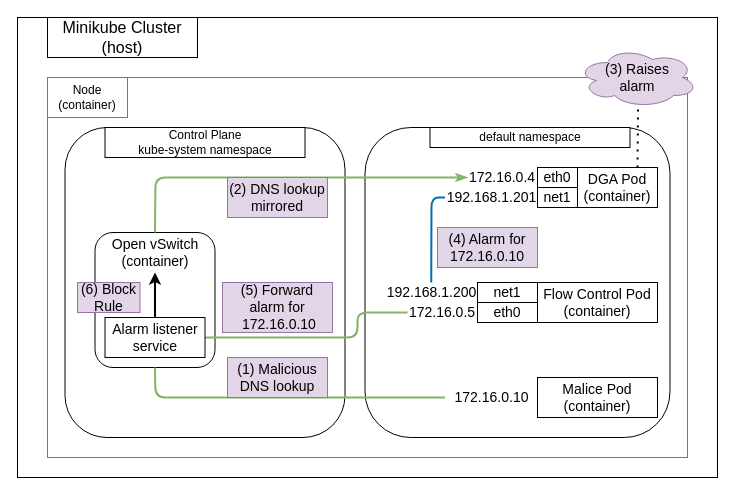
Before: page "DGA malicious operation" (3 of 6) of demos/demo5/docs/demo5.drawio in parasecurity/principals, a draw.io diagram. Source tidied: cells renumbered, new cells numbered last; positions are measured from the earlier drawing's top-left corner, leaving out a move shared by most shapes. Both pictures are drawn from the tidied source at 100%, with x=0, y=0 at pixel (17, 17).
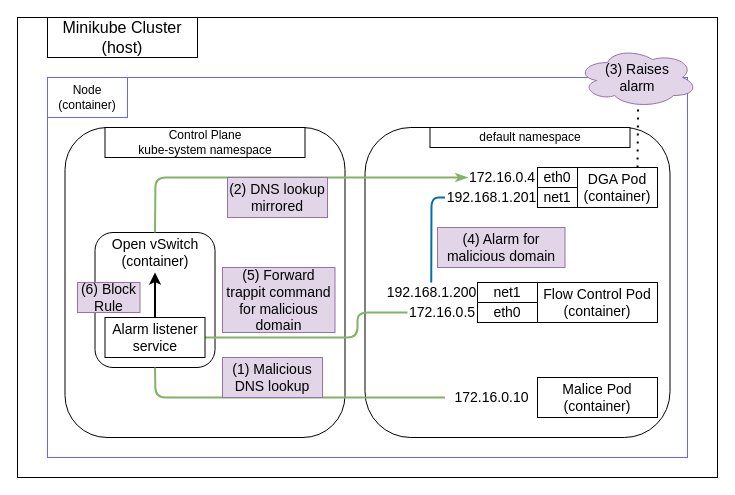
The same page after the edit.

Unchanged cells that the change refers to:
```xml
<mxCell id="6" style="group;" parent="1" vertex="1">
  <mxGeometry x="47.5" y="110" width="605" height="340" as="geometry" />
</mxCell>
```

What changed in the source:
```diff
@@
     <mxCell id="28" value="(1) Malicious&lt;br&gt;DNS lookup" style="text;html=1;strokeColor=#9673a6;fillColor=#e1d5e7;align=center;verticalAlign=middle;whiteSpace=wrap;rounded=0;fontSize=14;" parent="6" vertex="1">
-      <mxGeometry x="162.5" y="230" width="100" height="40" as="geometry" />
+      <mxGeometry x="157.5" y="230" width="100" height="40" as="geometry" />
     </mxCell>
@@
-    <mxCell id="35" value="(4) Alarm for&lt;br&gt;172.16.0.10" style="text;html=1;strokeColor=#9673a6;fillColor=#e1d5e7;align=center;verticalAlign=middle;whiteSpace=wrap;rounded=0;fontSize=14;" parent="6" vertex="1">
-      <mxGeometry x="372.5" y="100" width="100" height="40" as="geometry" />
+    <mxCell id="35" value="(4) Alarm for&lt;br&gt;malicious domain" style="text;html=1;strokeColor=#9673a6;fillColor=#e1d5e7;align=center;verticalAlign=middle;whiteSpace=wrap;rounded=0;fontSize=14;" parent="6" vertex="1">
+      <mxGeometry x="372.5" y="100" width="127.5" height="40" as="geometry" />
     </mxCell>
@@
-    <mxCell id="39" value="(5) Forward&lt;br&gt;alarm for&lt;br&gt;&amp;nbsp;172.16.0.10" style="text;html=1;strokeColor=#9673a6;fillColor=#e1d5e7;align=center;verticalAlign=middle;whiteSpace=wrap;rounded=0;fontSize=14;" parent="6" vertex="1">
-      <mxGeometry x="157.5" y="155" width="110" height="50" as="geometry" />
+    <mxCell id="39" value="(5) Forward&lt;br&gt;trappit command for malicious domain" style="text;html=1;strokeColor=#9673a6;fillColor=#e1d5e7;align=center;verticalAlign=middle;whiteSpace=wrap;rounded=0;fontSize=14;" parent="6" vertex="1">
+      <mxGeometry x="157.5" y="140" width="112.5" height="65" as="geometry" />
     </mxCell>
```
